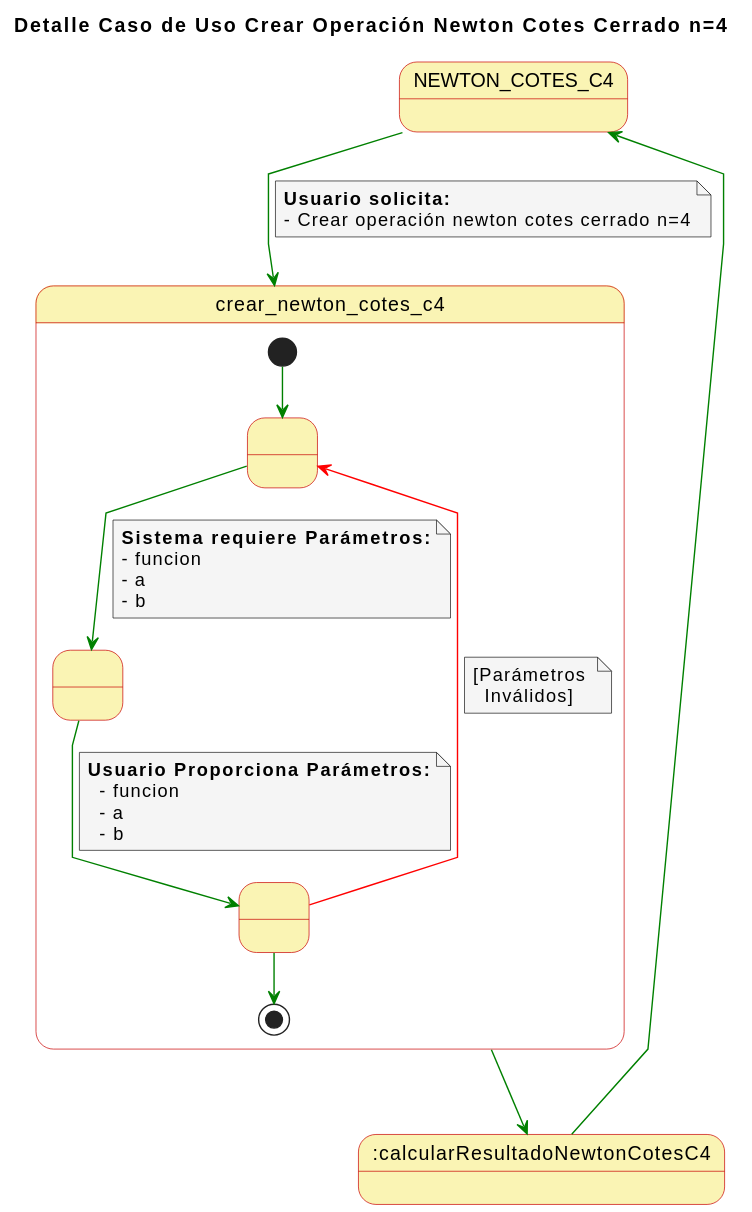
Before: imágenes/casosUso/detallesCasosUsoDiferenciacionNumericaEIntegracion/detalleCasoUsoCrearNewtonCotesC4.svg, a diagram exported from PlantUML (rodri5villa/numath-API).
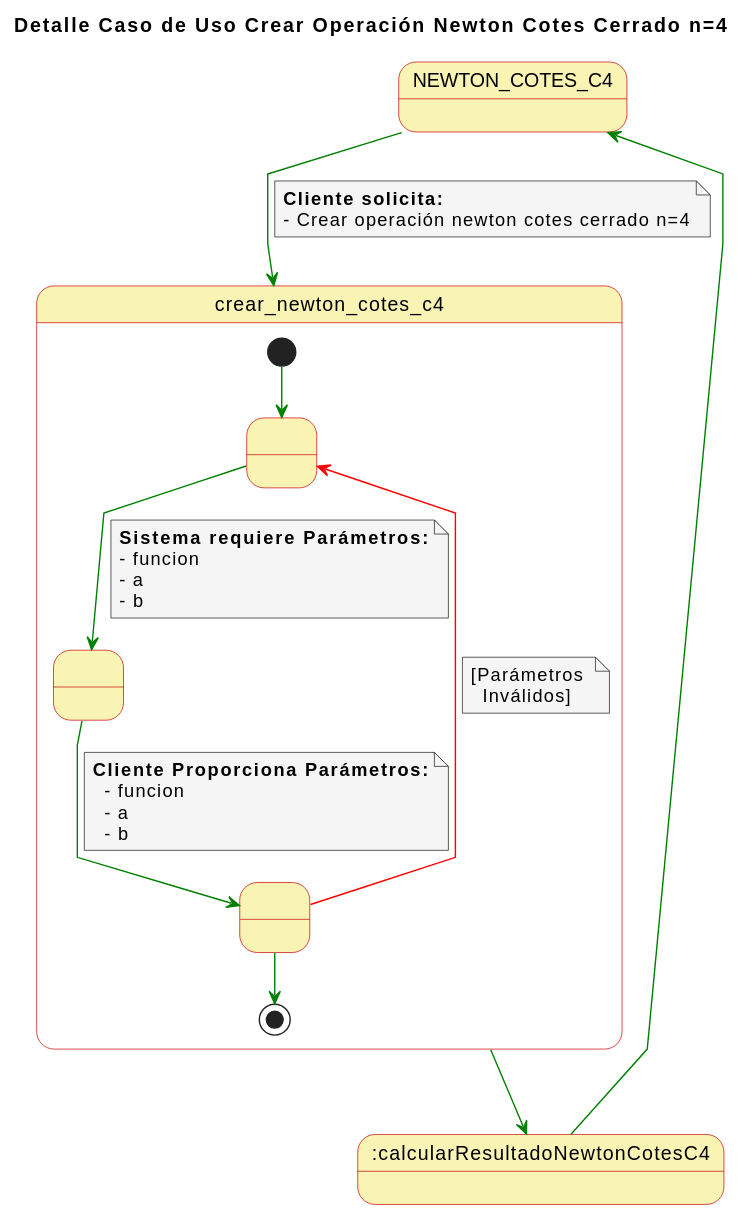
After the change.

The edit, as a diff of the source:
```diff
@@ -18,7 +18,7 @@
 
 NEWTON_COTES_C4-[#green]-> crear_newton_cotes_c4
 note on link
-  **Usuario solicita:**
+  **Cliente solicita:**
   - Crear operación newton cotes cerrado n=4
 end note
 
@@ -37,7 +37,7 @@
   end note
   2 -[#green]-> 3
   note on link
-    **Usuario Proporciona Parámetros:**
+    **Cliente Proporciona Parámetros:**
       - funcion
       - a
       - b
```
